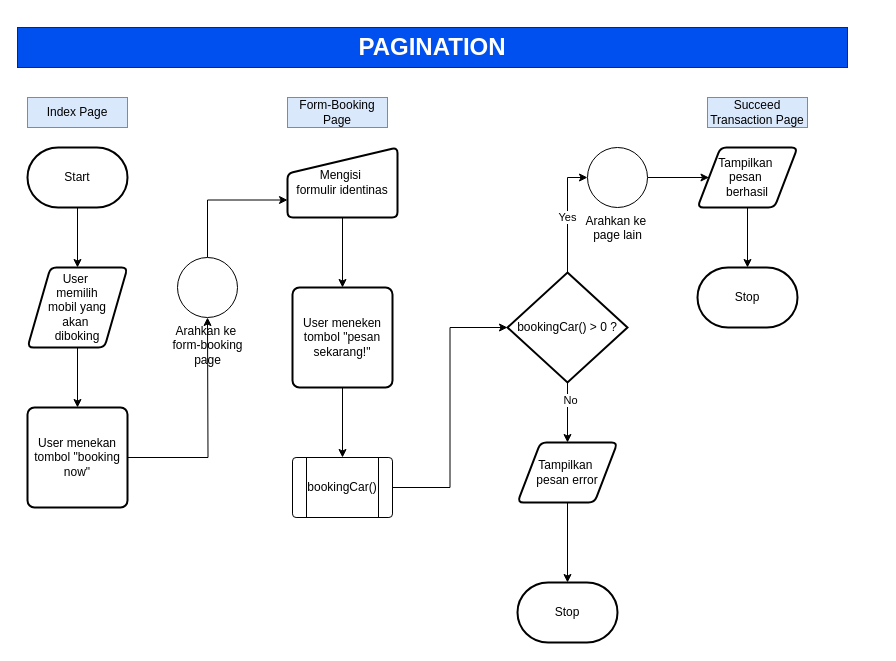
This is page "pages" (1 of 2) of Algorithm Booking-System.drawio from Farhan-Nawwafal/flowcharts-algorithm, a draw.io file, before an edit. Source tidied: cells renumbered, new cells numbered last; positions are measured from the earlier drawing's top-left corner, leaving out a move shared by most shapes. Both pictures are drawn from the tidied source at 100%, with x=0, y=0 at pixel (17, 27).
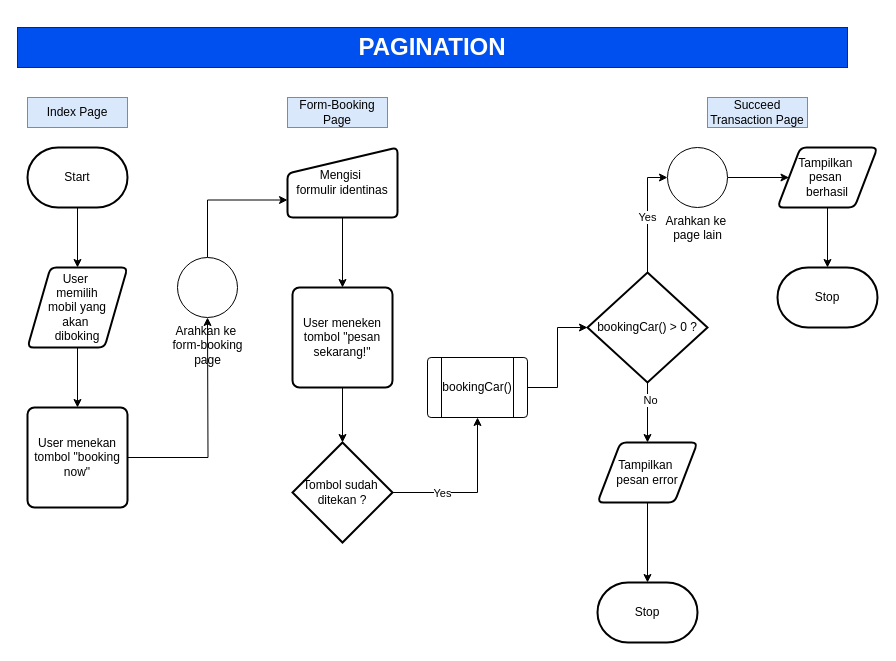
After the change.

Unchanged cells that the change refers to:
```xml
<mxCell id="15" value="User meneken&lt;div&gt;tombol &quot;pesan&lt;/div&gt;&lt;div&gt;sekarang!&quot;&lt;/div&gt;" style="rounded=1;whiteSpace=wrap;html=1;absoluteArcSize=1;arcSize=14;strokeWidth=2;" parent="1" vertex="1">
  <mxGeometry x="275" y="260" width="100" height="100" as="geometry" />
</mxCell>
```

Diff of the diagram source:
```diff
@@
-    <mxCell id="14" style="edgeStyle=orthogonalEdgeStyle;rounded=0;jettySize=auto;html=1;entryX=0.5;entryY=0;entryDx=0;entryDy=0;" parent="1" edge="1" source="15" target="16">
-      <mxGeometry relative="1" as="geometry" />
-    </mxCell>
@@
-    <mxCell id="16" style="verticalLabelPosition=bottom;verticalAlign=top;html=1;shape=process;whiteSpace=wrap;rounded=1;size=0.14;arcSize=6;" parent="1" vertex="1">
-      <mxGeometry x="275" y="430" width="100" height="60" as="geometry" />
-    </mxCell>
-    <mxCell id="17" value="bookingCar()" style="text;html=1;align=center;verticalAlign=middle;whiteSpace=wrap;rounded=0;" parent="1" vertex="1">
-      <mxGeometry x="295" y="445" width="60" height="30" as="geometry" />
-    </mxCell>
@@
     <mxCell id="20" value="bookingCar() &amp;gt; 0 ?" style="strokeWidth=2;html=1;shape=mxgraph.flowchart.decision;whiteSpace=wrap;" parent="1" vertex="1">
-      <mxGeometry x="490" y="245" width="120" height="110" as="geometry" />
+      <mxGeometry x="570" y="245" width="120" height="110" as="geometry" />
     </mxCell>
-    <mxCell id="21" style="edgeStyle=orthogonalEdgeStyle;rounded=0;jettySize=auto;html=1;entryX=0;entryY=0.5;entryDx=0;entryDy=0;entryPerimeter=0;" parent="1" edge="1" source="16" target="20">
-      <mxGeometry relative="1" as="geometry" />
-    </mxCell>
@@
     <mxCell id="23" value="Tampilkan&amp;nbsp;&lt;div&gt;pesan error&lt;/div&gt;" style="shape=parallelogram;html=1;strokeWidth=2;perimeter=parallelogramPerimeter;whiteSpace=wrap;rounded=1;arcSize=12;size=0.23;" parent="1" vertex="1">
-      <mxGeometry x="500" y="415" width="100" height="60" as="geometry" />
+      <mxGeometry x="580" y="415" width="100" height="60" as="geometry" />
     </mxCell>
     <mxCell id="24" value="Stop" style="strokeWidth=2;html=1;shape=mxgraph.flowchart.terminator;whiteSpace=wrap;" parent="1" vertex="1">
-      <mxGeometry x="500" y="555" width="100" height="60" as="geometry" />
+      <mxGeometry x="580" y="555" width="100" height="60" as="geometry" />
     </mxCell>
@@
     <mxCell id="27" value="Tampilkan&amp;nbsp;&lt;div&gt;pesan&amp;nbsp;&lt;/div&gt;&lt;div&gt;berhasil&lt;/div&gt;" style="shape=parallelogram;html=1;strokeWidth=2;perimeter=parallelogramPerimeter;whiteSpace=wrap;rounded=1;arcSize=12;size=0.23;" parent="1" vertex="1">
-      <mxGeometry x="680" y="120" width="100" height="60" as="geometry" />
+      <mxGeometry x="760" y="120" width="100" height="60" as="geometry" />
     </mxCell>
@@
     <mxCell id="30" value="Arahkan ke&amp;nbsp;&lt;div&gt;page lain&lt;/div&gt;" style="verticalLabelPosition=bottom;verticalAlign=top;html=1;shape=mxgraph.flowchart.on-page_reference;" parent="1" vertex="1">
-      <mxGeometry x="570" y="120" width="60" height="60" as="geometry" />
+      <mxGeometry x="650" y="120" width="60" height="60" as="geometry" />
     </mxCell>
@@
     <mxCell id="33" value="Stop" style="strokeWidth=2;html=1;shape=mxgraph.flowchart.terminator;whiteSpace=wrap;" parent="1" vertex="1">
-      <mxGeometry x="680" y="240" width="100" height="60" as="geometry" />
+      <mxGeometry x="760" y="240" width="100" height="60" as="geometry" />
     </mxCell>
+    <mxCell id="34" style="group;" parent="1" vertex="1">
+      <mxGeometry x="410" y="330" width="100" height="60" as="geometry" />
+    </mxCell>
+    <mxCell id="16" style="verticalLabelPosition=bottom;verticalAlign=top;html=1;shape=process;whiteSpace=wrap;rounded=1;size=0.14;arcSize=6;" parent="34" vertex="1">
+      <mxGeometry width="100" height="60" as="geometry" />
+    </mxCell>
+    <mxCell id="17" value="bookingCar()" style="text;html=1;align=center;verticalAlign=middle;whiteSpace=wrap;rounded=0;" parent="34" vertex="1">
+      <mxGeometry x="20" y="15" width="60" height="30" as="geometry" />
+    </mxCell>
+    <mxCell id="35" style="edgeStyle=orthogonalEdgeStyle;rounded=0;jettySize=auto;html=1;entryX=0.5;entryY=1;entryDx=0;entryDy=0;" parent="1" edge="1" source="37" target="16">
+      <mxGeometry relative="1" as="geometry" />
+    </mxCell>
+    <mxCell id="36" value="Yes" style="edgeLabel;html=1;align=center;verticalAlign=middle;" parent="35" vertex="1">
+      <mxGeometry x="-0.39" relative="1" as="geometry" />
+    </mxCell>
+    <mxCell id="37" value="Tombol sudah&amp;nbsp;&lt;div&gt;ditekan ?&lt;/div&gt;" style="strokeWidth=2;html=1;shape=mxgraph.flowchart.decision;whiteSpace=wrap;" parent="1" vertex="1">
+      <mxGeometry x="275" y="415" width="100" height="100" as="geometry" />
+    </mxCell>
+    <mxCell id="38" style="edgeStyle=orthogonalEdgeStyle;rounded=0;jettySize=auto;html=1;entryX=0.5;entryY=0;entryDx=0;entryDy=0;entryPerimeter=0;" parent="1" edge="1" source="15" target="37">
+      <mxGeometry relative="1" as="geometry" />
+    </mxCell>
+    <mxCell id="21" style="edgeStyle=orthogonalEdgeStyle;rounded=0;jettySize=auto;html=1;entryX=0;entryY=0.5;entryDx=0;entryDy=0;entryPerimeter=0;" parent="1" edge="1" source="16" target="20">
+      <mxGeometry relative="1" as="geometry" />
+    </mxCell>
```
